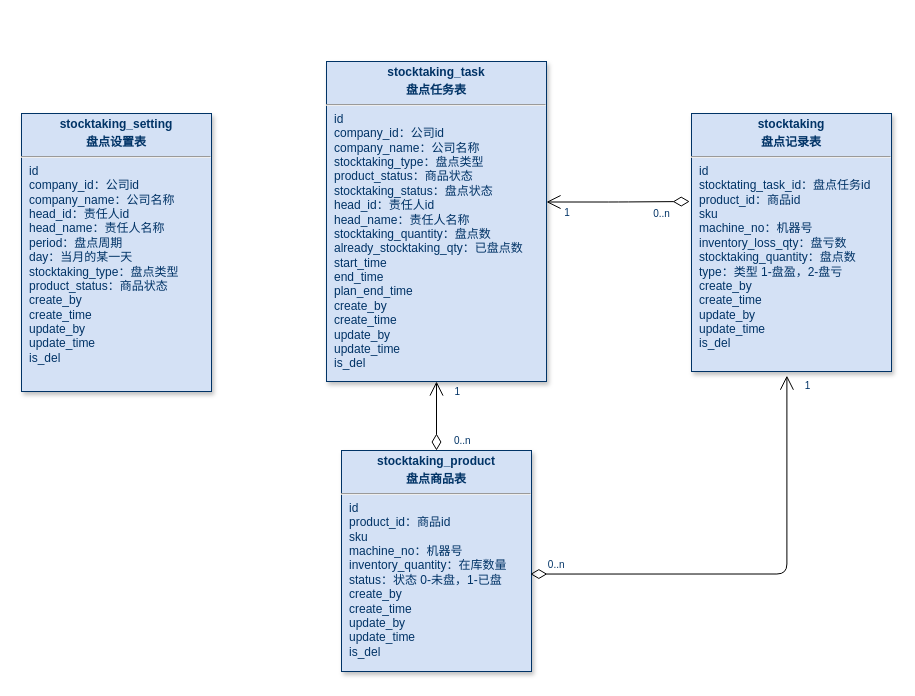
The draw.io diagram page "库存盘点" (2 of 3) of 未命名绘图.drawio in KNAI-I/test, before the edit. Source tidied: cells renumbered, new cells numbered last; positions are measured from the earlier drawing's top-left corner, leaving out a move shared by most shapes. Both pictures are drawn from the tidied source at 100%, with x=0, y=0 at pixel (21, 61).
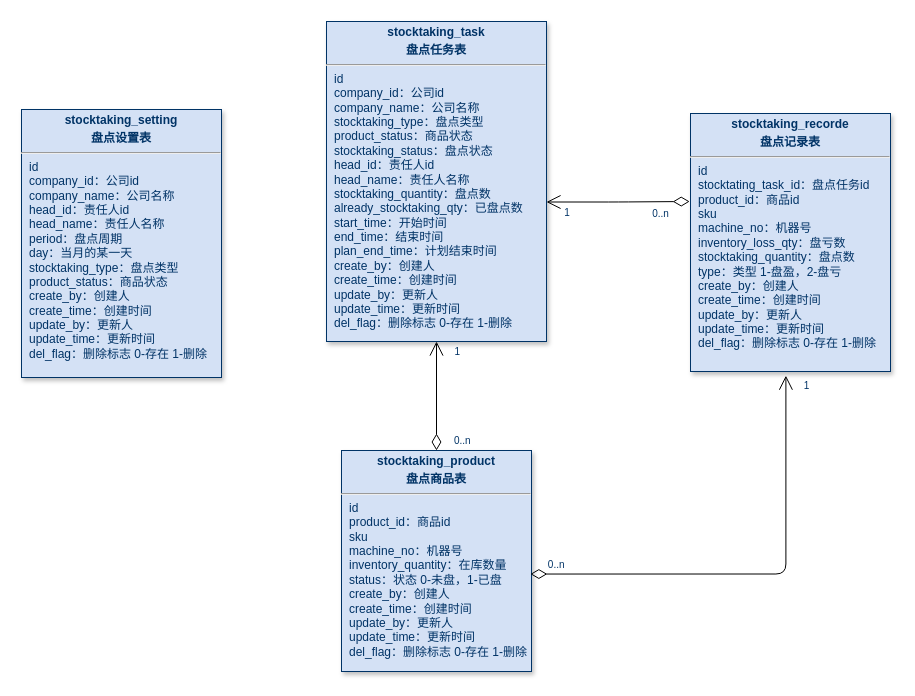
Above is the later version.

Diff of the diagram source:
```diff
@@
 <mxGraphModel>
   <root>
     <mxCell id="0" />
     <mxCell id="1" parent="0" />
     <mxCell id="2" style="endArrow=open;endSize=12;startArrow=diamondThin;startSize=14;startFill=0;edgeStyle=orthogonalEdgeStyle;entryX=0.5;entryY=1;entryDx=0;entryDy=0;exitX=0.5;exitY=0;exitDx=0;exitDy=0;" parent="1" edge="1" source="7" target="6">
       <mxGeometry x="620" y="340" as="geometry" />
     </mxCell>
     <mxCell id="3" value="0..n" style="align=left;verticalAlign=top;labelBackgroundColor=#ffffff;fontSize=10;strokeColor=#003366;shadow=1;fillColor=#D4E1F5;fontColor=#003366;" parent="2" vertex="1">
       <mxGeometry x="-1" relative="1" as="geometry">
         <mxPoint x="16" y="-22" as="offset" />
       </mxGeometry>
     </mxCell>
     <mxCell id="4" value="1" style="align=right;verticalAlign=top;labelBackgroundColor=#ffffff;fontSize=10;strokeColor=#003366;shadow=1;fillColor=#D4E1F5;fontColor=#003366;" parent="2" vertex="1">
       <mxGeometry x="1" relative="1" as="geometry">
         <mxPoint x="25" y="-2" as="offset" />
       </mxGeometry>
     </mxCell>
-    <mxCell id="5" value="&lt;p style=&quot;margin: 4px 0px 0px; text-align: center;&quot;&gt;&lt;b&gt;stocktaking_&lt;/b&gt;&lt;span style=&quot;background-color: transparent; text-align: left;&quot;&gt;&lt;b&gt;setting&lt;/b&gt;&lt;/span&gt;&lt;/p&gt;&lt;p style=&quot;margin: 4px 0px 0px; text-align: center;&quot;&gt;&lt;span style=&quot;background-color: transparent; text-align: left;&quot;&gt;&lt;b&gt;盘点设置表&lt;/b&gt;&lt;/span&gt;&lt;/p&gt;&lt;hr&gt;&lt;p style=&quot;margin: 0px; margin-left: 8px;&quot;&gt;id&lt;/p&gt;&lt;p style=&quot;margin: 0px; margin-left: 8px;&quot;&gt;company_id：公司id&lt;/p&gt;&lt;p style=&quot;margin: 0px; margin-left: 8px;&quot;&gt;company_name：公司名称&lt;/p&gt;&lt;p style=&quot;margin: 0px 0px 0px 8px;&quot;&gt;head_id：责任人id&lt;/p&gt;&lt;p style=&quot;margin: 0px 0px 0px 8px;&quot;&gt;head_name：责任人名称&lt;/p&gt;&lt;p style=&quot;margin: 0px; margin-left: 8px;&quot;&gt;period：盘点周期&lt;/p&gt;&lt;p style=&quot;margin: 0px; margin-left: 8px;&quot;&gt;day：当月的某一天&lt;/p&gt;&lt;p style=&quot;margin: 0px; margin-left: 8px;&quot;&gt;stocktaking_type：盘点类型&lt;/p&gt;&lt;p style=&quot;margin: 0px; margin-left: 8px;&quot;&gt;product_status：商品状态&lt;/p&gt;&lt;p style=&quot;margin: 0px 0px 0px 8px;&quot;&gt;create_by&lt;/p&gt;&lt;p style=&quot;margin: 0px 0px 0px 8px;&quot;&gt;create_time&lt;/p&gt;&lt;p style=&quot;margin: 0px 0px 0px 8px;&quot;&gt;update_by&lt;/p&gt;&lt;p style=&quot;margin: 0px 0px 0px 8px;&quot;&gt;update_time&lt;/p&gt;&lt;p style=&quot;margin: 0px 0px 0px 8px;&quot;&gt;is_del&lt;/p&gt;" style="verticalAlign=top;align=left;overflow=fill;fontSize=12;fontFamily=Helvetica;html=1;strokeColor=#003366;shadow=1;fillColor=#D4E1F5;fontColor=#003366;" parent="1" vertex="1">
-      <mxGeometry y="52" width="190" height="278" as="geometry" />
+    <mxCell id="5" value="&lt;p style=&quot;margin: 4px 0px 0px; text-align: center;&quot;&gt;&lt;b&gt;stocktaking_&lt;/b&gt;&lt;span style=&quot;background-color: transparent; text-align: left;&quot;&gt;&lt;b&gt;setting&lt;/b&gt;&lt;/span&gt;&lt;/p&gt;&lt;p style=&quot;margin: 4px 0px 0px; text-align: center;&quot;&gt;&lt;span style=&quot;background-color: transparent; text-align: left;&quot;&gt;&lt;b&gt;盘点设置表&lt;/b&gt;&lt;/span&gt;&lt;/p&gt;&lt;hr&gt;&lt;p style=&quot;margin: 0px; margin-left: 8px;&quot;&gt;id&lt;/p&gt;&lt;p style=&quot;margin: 0px; margin-left: 8px;&quot;&gt;company_id：公司id&lt;/p&gt;&lt;p style=&quot;margin: 0px; margin-left: 8px;&quot;&gt;company_name：公司名称&lt;/p&gt;&lt;p style=&quot;margin: 0px 0px 0px 8px;&quot;&gt;head_id：责任人id&lt;/p&gt;&lt;p style=&quot;margin: 0px 0px 0px 8px;&quot;&gt;head_name：责任人名称&lt;/p&gt;&lt;p style=&quot;margin: 0px; margin-left: 8px;&quot;&gt;period：盘点周期&lt;/p&gt;&lt;p style=&quot;margin: 0px; margin-left: 8px;&quot;&gt;day：当月的某一天&lt;/p&gt;&lt;p style=&quot;margin: 0px; margin-left: 8px;&quot;&gt;stocktaking_type：盘点类型&lt;/p&gt;&lt;p style=&quot;margin: 0px; margin-left: 8px;&quot;&gt;product_status：商品状态&lt;/p&gt;&lt;p style=&quot;margin: 0px 0px 0px 8px;&quot;&gt;create_by：创建人&lt;/p&gt;&lt;p style=&quot;margin: 0px 0px 0px 8px;&quot;&gt;create_time：创建时间&lt;/p&gt;&lt;p style=&quot;margin: 0px 0px 0px 8px;&quot;&gt;update_by：更新人&lt;/p&gt;&lt;p style=&quot;margin: 0px 0px 0px 8px;&quot;&gt;update_time：更新时间&lt;/p&gt;&lt;p style=&quot;margin: 0px 0px 0px 8px;&quot;&gt;del_flag：删除标志 0-存在 1-删除&lt;/p&gt;" style="verticalAlign=top;align=left;overflow=fill;fontSize=12;fontFamily=Helvetica;html=1;strokeColor=#003366;shadow=1;fillColor=#D4E1F5;fontColor=#003366;" parent="1" vertex="1">
+      <mxGeometry y="48" width="200" height="268" as="geometry" />
     </mxCell>
-    <mxCell id="6" value="&lt;p style=&quot;margin: 4px 0px 0px; text-align: center;&quot;&gt;&lt;b style=&quot;&quot;&gt;stocktaking_task&lt;/b&gt;&lt;/p&gt;&lt;p style=&quot;margin: 4px 0px 0px; text-align: center;&quot;&gt;&lt;b&gt;盘点任务表&lt;/b&gt;&lt;/p&gt;&lt;hr&gt;&lt;p style=&quot;margin: 0px; margin-left: 8px;&quot;&gt;id&lt;/p&gt;&lt;p style=&quot;margin: 0px 0px 0px 8px;&quot;&gt;company_id：公司id&lt;/p&gt;&lt;p style=&quot;margin: 0px 0px 0px 8px;&quot;&gt;company_name：公司名称&lt;/p&gt;&lt;p style=&quot;margin: 0px; margin-left: 8px;&quot;&gt;&lt;span style=&quot;background-color: transparent; color: light-dark(rgb(0, 51, 102), rgb(161, 205, 249));&quot;&gt;stocktaking_type：盘点类型&lt;/span&gt;&lt;/p&gt;&lt;p style=&quot;margin: 0px; margin-left: 8px;&quot;&gt;&lt;span style=&quot;background-color: transparent; color: light-dark(rgb(0, 51, 102), rgb(161, 205, 249));&quot;&gt;product_status：商品状态&lt;/span&gt;&lt;/p&gt;&lt;p style=&quot;margin: 0px; margin-left: 8px;&quot;&gt;stocktaking_status：盘点状态&lt;/p&gt;&lt;p style=&quot;margin: 0px 0px 0px 8px;&quot;&gt;head_id：责任人id&lt;/p&gt;&lt;p style=&quot;margin: 0px 0px 0px 8px;&quot;&gt;head_name：责任人名称&lt;/p&gt;&lt;p style=&quot;margin: 0px 0px 0px 8px;&quot;&gt;stocktaking_quantity：盘点数&lt;/p&gt;&lt;p style=&quot;margin: 0px 0px 0px 8px;&quot;&gt;already_&lt;span style=&quot;background-color: transparent; color: light-dark(rgb(0, 51, 102), rgb(161, 205, 249));&quot;&gt;stocktaking_qty：已盘点数&lt;/span&gt;&lt;/p&gt;&lt;p style=&quot;margin: 0px 0px 0px 8px;&quot;&gt;start_time&lt;/p&gt;&lt;p style=&quot;margin: 0px 0px 0px 8px;&quot;&gt;end_time&lt;/p&gt;&lt;p style=&quot;margin: 0px 0px 0px 8px;&quot;&gt;plan_end_time&lt;/p&gt;&lt;p style=&quot;margin: 0px 0px 0px 8px;&quot;&gt;create_by&lt;/p&gt;&lt;p style=&quot;margin: 0px 0px 0px 8px;&quot;&gt;create_time&lt;/p&gt;&lt;p style=&quot;margin: 0px 0px 0px 8px;&quot;&gt;update_by&lt;/p&gt;&lt;p style=&quot;margin: 0px 0px 0px 8px;&quot;&gt;update_time&lt;/p&gt;&lt;p style=&quot;margin: 0px 0px 0px 8px;&quot;&gt;is_del&lt;/p&gt;" style="verticalAlign=top;align=left;overflow=fill;fontSize=12;fontFamily=Helvetica;html=1;strokeColor=#003366;shadow=1;fillColor=#D4E1F5;fontColor=#003366;" parent="1" vertex="1">
-      <mxGeometry x="305" width="220" height="320" as="geometry" />
+    <mxCell id="6" value="&lt;p style=&quot;margin: 4px 0px 0px; text-align: center;&quot;&gt;&lt;b style=&quot;&quot;&gt;stocktaking_task&lt;/b&gt;&lt;/p&gt;&lt;p style=&quot;margin: 4px 0px 0px; text-align: center;&quot;&gt;&lt;b&gt;盘点任务表&lt;/b&gt;&lt;/p&gt;&lt;hr&gt;&lt;p style=&quot;margin: 0px; margin-left: 8px;&quot;&gt;id&lt;/p&gt;&lt;p style=&quot;margin: 0px 0px 0px 8px;&quot;&gt;company_id：公司id&lt;/p&gt;&lt;p style=&quot;margin: 0px 0px 0px 8px;&quot;&gt;company_name：公司名称&lt;/p&gt;&lt;p style=&quot;margin: 0px; margin-left: 8px;&quot;&gt;&lt;span style=&quot;background-color: transparent; color: light-dark(rgb(0, 51, 102), rgb(161, 205, 249));&quot;&gt;stocktaking_type：盘点类型&lt;/span&gt;&lt;/p&gt;&lt;p style=&quot;margin: 0px; margin-left: 8px;&quot;&gt;&lt;span style=&quot;background-color: transparent; color: light-dark(rgb(0, 51, 102), rgb(161, 205, 249));&quot;&gt;product_status：商品状态&lt;/span&gt;&lt;/p&gt;&lt;p style=&quot;margin: 0px; margin-left: 8px;&quot;&gt;stocktaking_status：盘点状态&lt;/p&gt;&lt;p style=&quot;margin: 0px 0px 0px 8px;&quot;&gt;head_id：责任人id&lt;/p&gt;&lt;p style=&quot;margin: 0px 0px 0px 8px;&quot;&gt;head_name：责任人名称&lt;/p&gt;&lt;p style=&quot;margin: 0px 0px 0px 8px;&quot;&gt;stocktaking_quantity：盘点数&lt;/p&gt;&lt;p style=&quot;margin: 0px 0px 0px 8px;&quot;&gt;already_&lt;span style=&quot;background-color: transparent; color: light-dark(rgb(0, 51, 102), rgb(161, 205, 249));&quot;&gt;stocktaking_qty：已盘点数&lt;/span&gt;&lt;/p&gt;&lt;p style=&quot;margin: 0px 0px 0px 8px;&quot;&gt;start_time：开始时间&lt;/p&gt;&lt;p style=&quot;margin: 0px 0px 0px 8px;&quot;&gt;end_time：结束时间&lt;/p&gt;&lt;p style=&quot;margin: 0px 0px 0px 8px;&quot;&gt;plan_end_time：计划结束时间&lt;/p&gt;&lt;p style=&quot;margin: 0px 0px 0px 8px;&quot;&gt;create_by：创建人&lt;/p&gt;&lt;p style=&quot;margin: 0px 0px 0px 8px;&quot;&gt;create_time：创建时间&lt;/p&gt;&lt;p style=&quot;margin: 0px 0px 0px 8px;&quot;&gt;update_by：更新人&lt;/p&gt;&lt;p style=&quot;margin: 0px 0px 0px 8px;&quot;&gt;update_time：更新时间&lt;/p&gt;&lt;p style=&quot;margin: 0px 0px 0px 8px;&quot;&gt;del_flag：删除标志 0-存在 1-删除&lt;/p&gt;" style="verticalAlign=top;align=left;overflow=fill;fontSize=12;fontFamily=Helvetica;html=1;strokeColor=#003366;shadow=1;fillColor=#D4E1F5;fontColor=#003366;" parent="1" vertex="1">
+      <mxGeometry x="305" y="-40" width="220" height="320" as="geometry" />
     </mxCell>
-    <mxCell id="7" value="&lt;p style=&quot;margin: 4px 0px 0px; text-align: center;&quot;&gt;&lt;b style=&quot;&quot;&gt;stocktaking_product&lt;/b&gt;&lt;/p&gt;&lt;p style=&quot;margin: 4px 0px 0px; text-align: center;&quot;&gt;&lt;b style=&quot;&quot;&gt;盘点商品表&lt;/b&gt;&lt;/p&gt;&lt;hr&gt;&lt;p style=&quot;margin: 0px; margin-left: 8px;&quot;&gt;id&lt;/p&gt;&lt;p style=&quot;margin: 0px; margin-left: 8px;&quot;&gt;product_id：商品id&lt;/p&gt;&lt;p style=&quot;margin: 0px; margin-left: 8px;&quot;&gt;sku&lt;/p&gt;&lt;p style=&quot;margin: 0px; margin-left: 8px;&quot;&gt;machine_no：机器号&lt;/p&gt;&lt;p style=&quot;margin: 0px; margin-left: 8px;&quot;&gt;inventory_quantity：在库数量&lt;/p&gt;&lt;p style=&quot;margin: 0px; margin-left: 8px;&quot;&gt;status：状态 0-未盘，1-已盘&lt;/p&gt;&lt;p style=&quot;margin: 0px 0px 0px 8px;&quot;&gt;create_by&lt;/p&gt;&lt;p style=&quot;margin: 0px 0px 0px 8px;&quot;&gt;create_time&lt;/p&gt;&lt;p style=&quot;margin: 0px 0px 0px 8px;&quot;&gt;update_by&lt;/p&gt;&lt;p style=&quot;margin: 0px 0px 0px 8px;&quot;&gt;update_time&lt;/p&gt;&lt;p style=&quot;margin: 0px 0px 0px 8px;&quot;&gt;is_del&lt;/p&gt;" style="verticalAlign=top;align=left;overflow=fill;fontSize=12;fontFamily=Helvetica;html=1;strokeColor=#003366;shadow=1;fillColor=#D4E1F5;fontColor=#003366;" parent="1" vertex="1">
+    <mxCell id="7" value="&lt;p style=&quot;margin: 4px 0px 0px; text-align: center;&quot;&gt;&lt;b style=&quot;&quot;&gt;stocktaking_product&lt;/b&gt;&lt;/p&gt;&lt;p style=&quot;margin: 4px 0px 0px; text-align: center;&quot;&gt;&lt;b style=&quot;&quot;&gt;盘点商品表&lt;/b&gt;&lt;/p&gt;&lt;hr&gt;&lt;p style=&quot;margin: 0px; margin-left: 8px;&quot;&gt;id&lt;/p&gt;&lt;p style=&quot;margin: 0px; margin-left: 8px;&quot;&gt;product_id：商品id&lt;/p&gt;&lt;p style=&quot;margin: 0px; margin-left: 8px;&quot;&gt;sku&lt;/p&gt;&lt;p style=&quot;margin: 0px; margin-left: 8px;&quot;&gt;machine_no：机器号&lt;/p&gt;&lt;p style=&quot;margin: 0px; margin-left: 8px;&quot;&gt;inventory_quantity：在库数量&lt;/p&gt;&lt;p style=&quot;margin: 0px; margin-left: 8px;&quot;&gt;status：状态 0-未盘，1-已盘&lt;/p&gt;&lt;p style=&quot;margin: 0px 0px 0px 8px;&quot;&gt;create_by：创建人&lt;/p&gt;&lt;p style=&quot;margin: 0px 0px 0px 8px;&quot;&gt;create_time：创建时间&lt;/p&gt;&lt;p style=&quot;margin: 0px 0px 0px 8px;&quot;&gt;update_by：更新人&lt;/p&gt;&lt;p style=&quot;margin: 0px 0px 0px 8px;&quot;&gt;update_time：更新时间&lt;/p&gt;&lt;p style=&quot;margin: 0px 0px 0px 8px;&quot;&gt;del_flag：删除标志 0-存在 1-删除&lt;/p&gt;" style="verticalAlign=top;align=left;overflow=fill;fontSize=12;fontFamily=Helvetica;html=1;strokeColor=#003366;shadow=1;fillColor=#D4E1F5;fontColor=#003366;" parent="1" vertex="1">
       <mxGeometry x="320" y="389" width="190" height="221" as="geometry" />
     </mxCell>
-    <mxCell id="8" value="&lt;p style=&quot;margin: 4px 0px 0px; text-align: center;&quot;&gt;&lt;b style=&quot;&quot;&gt;stocktaking&lt;/b&gt;&lt;/p&gt;&lt;p style=&quot;margin: 4px 0px 0px; text-align: center;&quot;&gt;&lt;b style=&quot;&quot;&gt;盘点记录表&lt;/b&gt;&lt;/p&gt;&lt;hr&gt;&lt;p style=&quot;margin: 0px; margin-left: 8px;&quot;&gt;id&lt;/p&gt;&lt;p style=&quot;margin: 0px; margin-left: 8px;&quot;&gt;stocktating_task_id：盘点任务id&lt;/p&gt;&lt;p style=&quot;margin: 0px 0px 0px 8px;&quot;&gt;product_id：商品id&lt;/p&gt;&lt;p style=&quot;margin: 0px 0px 0px 8px;&quot;&gt;sku&lt;/p&gt;&lt;p style=&quot;margin: 0px 0px 0px 8px;&quot;&gt;machine_no：机器号&lt;/p&gt;&lt;p style=&quot;margin: 0px 0px 0px 8px;&quot;&gt;inventory_loss_qty：盘亏数&lt;/p&gt;&lt;p style=&quot;margin: 0px 0px 0px 8px;&quot;&gt;stocktaking_quantity：盘点数&lt;/p&gt;&lt;p style=&quot;margin: 0px 0px 0px 8px;&quot;&gt;type：类型 1-盘盈，2-盘亏&lt;/p&gt;&lt;p style=&quot;margin: 0px 0px 0px 8px;&quot;&gt;create_by&lt;/p&gt;&lt;p style=&quot;margin: 0px 0px 0px 8px;&quot;&gt;create_time&lt;/p&gt;&lt;p style=&quot;margin: 0px 0px 0px 8px;&quot;&gt;update_by&lt;/p&gt;&lt;p style=&quot;margin: 0px 0px 0px 8px;&quot;&gt;update_time&lt;/p&gt;&lt;p style=&quot;margin: 0px 0px 0px 8px;&quot;&gt;is_del&lt;/p&gt;" style="verticalAlign=top;align=left;overflow=fill;fontSize=12;fontFamily=Helvetica;html=1;strokeColor=#003366;shadow=1;fillColor=#D4E1F5;fontColor=#003366;" parent="1" vertex="1">
-      <mxGeometry x="670" y="52" width="200" height="258" as="geometry" />
+    <mxCell id="8" value="&lt;p style=&quot;margin: 4px 0px 0px; text-align: center;&quot;&gt;&lt;b style=&quot;&quot;&gt;stocktaking_recorde&lt;/b&gt;&lt;/p&gt;&lt;p style=&quot;margin: 4px 0px 0px; text-align: center;&quot;&gt;&lt;b style=&quot;&quot;&gt;盘点记录表&lt;/b&gt;&lt;/p&gt;&lt;hr&gt;&lt;p style=&quot;margin: 0px; margin-left: 8px;&quot;&gt;id&lt;/p&gt;&lt;p style=&quot;margin: 0px; margin-left: 8px;&quot;&gt;stocktating_task_id：盘点任务id&lt;/p&gt;&lt;p style=&quot;margin: 0px 0px 0px 8px;&quot;&gt;product_id：商品id&lt;/p&gt;&lt;p style=&quot;margin: 0px 0px 0px 8px;&quot;&gt;sku&lt;/p&gt;&lt;p style=&quot;margin: 0px 0px 0px 8px;&quot;&gt;machine_no：机器号&lt;/p&gt;&lt;p style=&quot;margin: 0px 0px 0px 8px;&quot;&gt;inventory_loss_qty：盘亏数&lt;/p&gt;&lt;p style=&quot;margin: 0px 0px 0px 8px;&quot;&gt;stocktaking_quantity：盘点数&lt;/p&gt;&lt;p style=&quot;margin: 0px 0px 0px 8px;&quot;&gt;type：类型 1-盘盈，2-盘亏&lt;/p&gt;&lt;p style=&quot;margin: 0px 0px 0px 8px;&quot;&gt;create_by：创建人&lt;/p&gt;&lt;p style=&quot;margin: 0px 0px 0px 8px;&quot;&gt;create_time：创建时间&lt;/p&gt;&lt;p style=&quot;margin: 0px 0px 0px 8px;&quot;&gt;update_by：更新人&lt;/p&gt;&lt;p style=&quot;margin: 0px 0px 0px 8px;&quot;&gt;update_time：更新时间&lt;/p&gt;&lt;p style=&quot;margin: 0px 0px 0px 8px;&quot;&gt;del_flag：删除标志 0-存在 1-删除&lt;/p&gt;" style="verticalAlign=top;align=left;overflow=fill;fontSize=12;fontFamily=Helvetica;html=1;strokeColor=#003366;shadow=1;fillColor=#D4E1F5;fontColor=#003366;" parent="1" vertex="1">
+      <mxGeometry x="669" y="52" width="200" height="258" as="geometry" />
     </mxCell>
     <mxCell id="9" style="endArrow=open;endSize=12;startArrow=diamondThin;startSize=14;startFill=0;edgeStyle=orthogonalEdgeStyle;entryX=1;entryY=0.5;entryDx=0;entryDy=0;exitX=-0.011;exitY=0.544;exitDx=0;exitDy=0;exitPerimeter=0;" parent="1" edge="1">
       <mxGeometry x="620" y="340" as="geometry">
         <mxPoint x="668.2" y="140" as="sourcePoint" />
         <mxPoint x="525" y="140.5" as="targetPoint" />
       </mxGeometry>
     </mxCell>
     <mxCell id="10" value="0..n" style="align=left;verticalAlign=top;labelBackgroundColor=#ffffff;fontSize=10;strokeColor=#003366;shadow=1;fillColor=#D4E1F5;fontColor=#003366;" parent="9" vertex="1">
       <mxGeometry x="-1" relative="1" as="geometry">
-        <mxPoint x="-38" as="offset" />
+        <mxPoint x="-39" as="offset" />
       </mxGeometry>
     </mxCell>
     <mxCell id="11" value="1" style="align=right;verticalAlign=top;labelBackgroundColor=#ffffff;fontSize=10;strokeColor=#003366;shadow=1;fillColor=#D4E1F5;fontColor=#003366;" parent="9" vertex="1">
       <mxGeometry x="1" relative="1" as="geometry">
         <mxPoint x="25" y="-2" as="offset" />
       </mxGeometry>
     </mxCell>
     <mxCell id="12" style="endArrow=open;endSize=12;startArrow=diamondThin;startSize=14;startFill=0;edgeStyle=orthogonalEdgeStyle;entryX=0.477;entryY=1.016;entryDx=0;entryDy=0;exitX=0.994;exitY=0.559;exitDx=0;exitDy=0;exitPerimeter=0;entryPerimeter=0;" parent="1" edge="1" source="7" target="8">
       <mxGeometry x="620" y="340" as="geometry" />
     </mxCell>
     <mxCell id="13" value="0..n" style="align=left;verticalAlign=top;labelBackgroundColor=#ffffff;fontSize=10;strokeColor=#003366;shadow=1;fillColor=#D4E1F5;fontColor=#003366;" parent="12" vertex="1">
       <mxGeometry x="-1" relative="1" as="geometry">
         <mxPoint x="16" y="-22" as="offset" />
       </mxGeometry>
     </mxCell>
     <mxCell id="14" value="1" style="align=right;verticalAlign=top;labelBackgroundColor=#ffffff;fontSize=10;strokeColor=#003366;shadow=1;fillColor=#D4E1F5;fontColor=#003366;" parent="12" vertex="1">
       <mxGeometry x="1" relative="1" as="geometry">
         <mxPoint x="25" y="-2" as="offset" />
       </mxGeometry>
     </mxCell>
   </root>
 </mxGraphModel>
```
